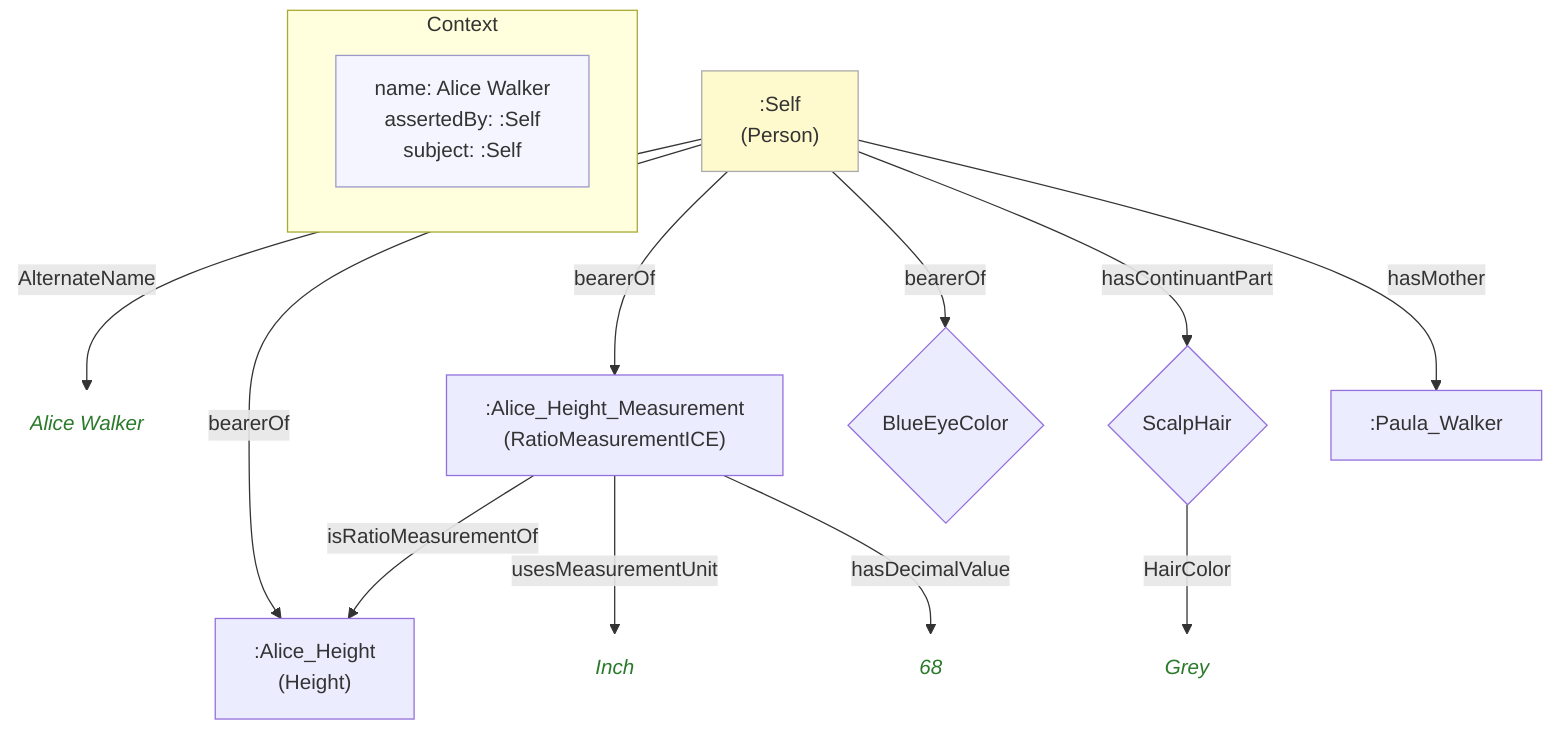
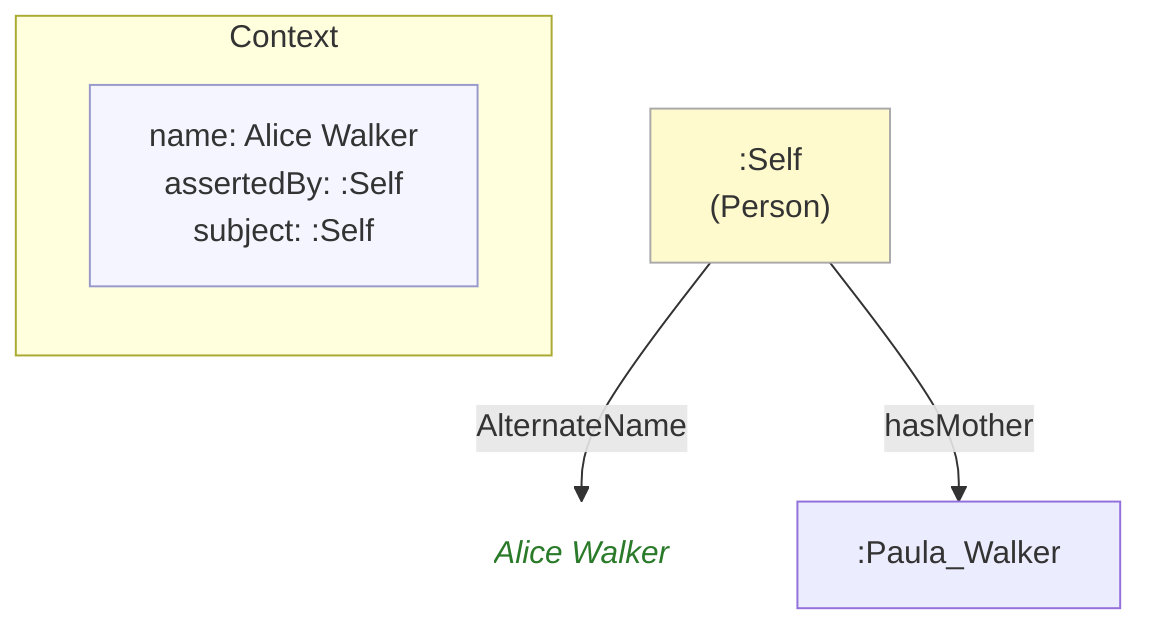
flowchart TD
    classDef person fill:#fffacd,stroke:#aaa,color:#333
    classDef grp    fill:#d4edda,stroke:#aaa,color:#333
    classDef org    fill:#cce5ff,stroke:#aaa,color:#333
    classDef lit    fill:none,stroke:none,font-style:italic,color:#2a7a2a
    classDef meta   fill:#f5f5ff,stroke:#9999cc,color:#333

    subgraph ctx["Context"]
        direction LR
        ctx_meta["name: Alice Walker\nassertedBy: :Self\nsubject: :Self"]:::meta
    end

-     n5fecfaaf895f[":Alice_Height\n(Height)"]
-     n89a1fac192dc[":Alice_Height_Measurement\n(RatioMeasurementICE)"]
-     n07bac97f4199("Inch"):::lit
-     nb51e42161d31("68"):::lit
    ne0c3ba92f1db[":Self\n(Person)"]:::person
-     nf1aea791f01e("Alice Walker"):::lit
-     n86e9a9485553{"BlueEyeColor"}
-     nfe100daaf785{"ScalpHair"}
-     nf5806dd62b8a("Grey"):::lit
+     nc52247c0339b("Alice Walker"):::lit
    nb654756d5ced[":Paula_Walker"]

-     n89a1fac192dc -->|"isRatioMeasurementOf"| n5fecfaaf895f
-     n89a1fac192dc -->|"usesMeasurementUnit"| n07bac97f4199
-     n89a1fac192dc -->|"hasDecimalValue"| nb51e42161d31
-     ne0c3ba92f1db -->|"AlternateName"| nf1aea791f01e
-     ne0c3ba92f1db -->|"bearerOf"| n5fecfaaf895f
-     ne0c3ba92f1db -->|"bearerOf"| n89a1fac192dc
-     ne0c3ba92f1db -->|"bearerOf"| n86e9a9485553
-     ne0c3ba92f1db -->|"hasContinuantPart"| nfe100daaf785
-     nfe100daaf785 -->|"HairColor"| nf5806dd62b8a
+     ne0c3ba92f1db -->|"AlternateName"| nc52247c0339b
    ne0c3ba92f1db -->|"hasMother"| nb654756d5ced
